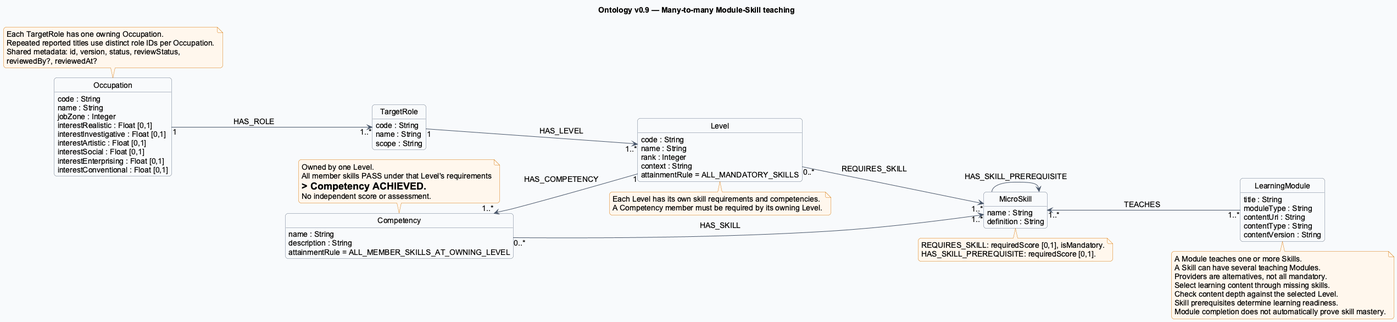
This is documents/diagrams/neo4j.png from SEP490-Fall-2026-GFA26SE64/SEP490, a PlantUML export, as it was before one commit.
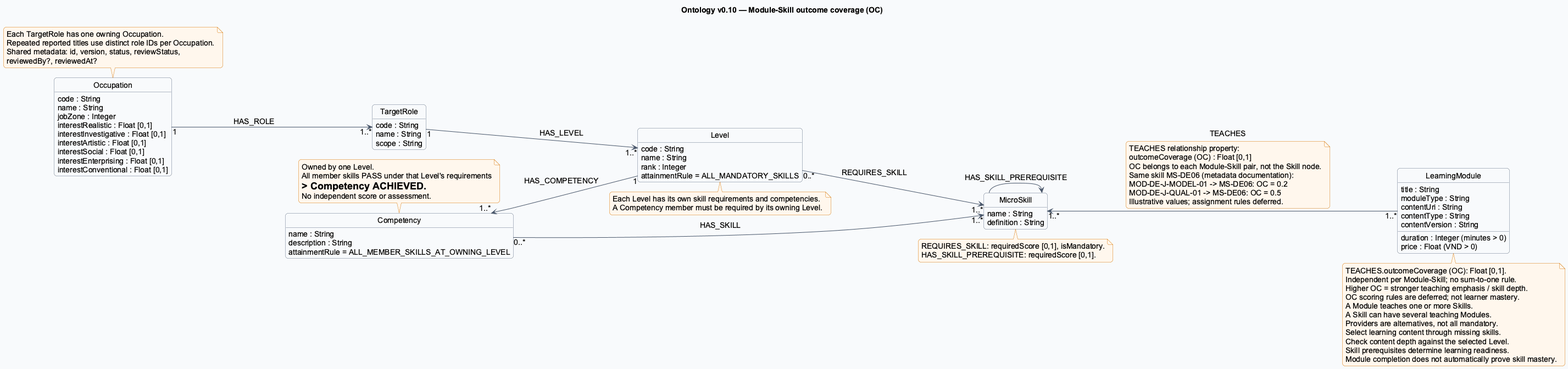
After the change.

What changed in the source:
```diff
@@ -14,7 +14,7 @@
 skinparam noteBorderColor #D97706
 skinparam defaultFontName Arial
 skinparam defaultFontSize 14
-title Ontology v0.9 — Many-to-many Module-Skill teaching
+title Ontology v0.10 — Module-Skill outcome coverage (OC)
 class Occupation {
  code : String
  name : String
@@ -35,7 +35,6 @@
  code : String
  name : String
  rank : Integer
- context : String
  attainmentRule = ALL_MANDATORY_SKILLS
 }
 class Competency {
@@ -53,6 +52,8 @@
  contentUri : String
  contentType : String
  contentVersion : String
+ duration : Integer (minutes > 0)
+ price : Float (VND > 0)
 }
 Occupation "1" --> "1..*" TargetRole : HAS_ROLE
 TargetRole "1" --> "1..*" Level : HAS_LEVEL
@@ -60,6 +61,15 @@
 Competency "0..*" --> "1..*" MicroSkill : HAS_SKILL
 Level "0..*" --> "1..*" MicroSkill : REQUIRES_SKILL
 LearningModule "1..*" -up-> "1..*" MicroSkill : TEACHES
+note on link
+TEACHES relationship property:
+outcomeCoverage (OC) : Float [0,1]
+OC belongs to each Module-Skill pair, not the Skill node.
+Same skill MS-DE06 (metadata documentation):
+MOD-DE-J-MODEL-01 -> MS-DE06: OC = 0.2
+MOD-DE-J-QUAL-01 -> MS-DE06: OC = 0.5
+Illustrative values; assignment rules deferred.
+end note
 MicroSkill --> MicroSkill : HAS_SKILL_PREREQUISITE
 note bottom of MicroSkill
 REQUIRES_SKILL: requiredScore [0,1], isMandatory.
@@ -76,6 +86,10 @@
 A Competency member must be required by its owning Level.
 end note
 note bottom of LearningModule
+TEACHES.outcomeCoverage (OC): Float [0,1].
+Independent per Module-Skill; no sum-to-one rule.
+Higher OC = stronger teaching emphasis / skill depth.
+OC scoring rules are deferred; not learner mastery.
 A Module teaches one or more Skills.
 A Skill can have several teaching Modules.
 Providers are alternatives, not all mandatory.
```
